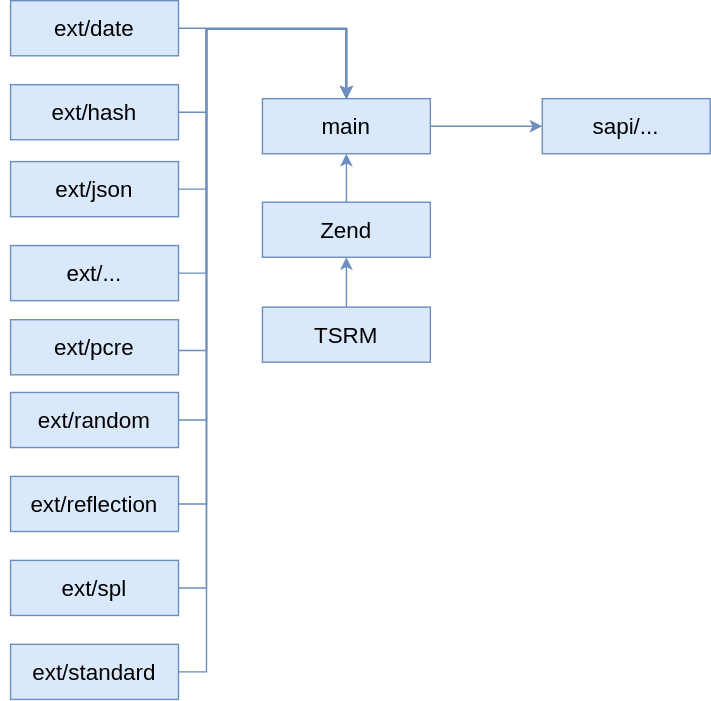
This is docs/images/links.svg from petk/php-build-system, a draw.io export, as it was before one commit. Source tidied: cells renumbered, new cells last; positions are measured from the earlier drawing's top-left corner, leaving out a move shared by most shapes. The source it was exported from:
```xml
<mxGraphModel>
  <root>
    <mxCell id="0" />
    <mxCell id="1" parent="0" />
    <mxCell id="2" style="edgeStyle=orthogonalEdgeStyle;rounded=0;jettySize=auto;html=1;exitX=1;exitY=0.5;exitDx=0;exitDy=0;entryX=0;entryY=0.5;entryDx=0;entryDy=0;fillColor=#dae8fc;strokeColor=#6c8ebf;fontStyle=0;fontSize=16;" parent="1" edge="1" source="3" target="8">
      <mxGeometry relative="1" as="geometry" />
    </mxCell>
    <mxCell id="3" value="main" style="rounded=0;whiteSpace=wrap;html=1;fillColor=#dae8fc;strokeColor=#6c8ebf;fontStyle=0;fontSize=16;" parent="1" vertex="1">
      <mxGeometry x="180" y="70" width="120" height="39.4" as="geometry" />
    </mxCell>
    <mxCell id="4" style="edgeStyle=orthogonalEdgeStyle;rounded=0;jettySize=auto;html=1;exitX=0.5;exitY=0;exitDx=0;exitDy=0;entryX=0.5;entryY=1;entryDx=0;entryDy=0;fillColor=#dae8fc;strokeColor=#6c8ebf;fontStyle=0;fontSize=16;" parent="1" edge="1" source="5" target="3">
      <mxGeometry relative="1" as="geometry" />
    </mxCell>
    <mxCell id="5" value="Zend" style="rounded=0;whiteSpace=wrap;html=1;fillColor=#dae8fc;strokeColor=#6c8ebf;fontStyle=0;fontSize=16;" parent="1" vertex="1">
      <mxGeometry x="180" y="144" width="120" height="39.4" as="geometry" />
    </mxCell>
    <mxCell id="6" style="edgeStyle=orthogonalEdgeStyle;rounded=0;jettySize=auto;html=1;exitX=0.5;exitY=0;exitDx=0;exitDy=0;entryX=0.5;entryY=1;entryDx=0;entryDy=0;fillColor=#dae8fc;strokeColor=#6c8ebf;fontStyle=0;fontSize=16;" parent="1" edge="1" source="7" target="5">
      <mxGeometry relative="1" as="geometry" />
    </mxCell>
    <mxCell id="7" value="&lt;div style=&quot;font-size: 16px;&quot;&gt;TSRM&lt;/div&gt;" style="rounded=0;whiteSpace=wrap;html=1;fillColor=#dae8fc;strokeColor=#6c8ebf;fontStyle=0;fontSize=16;" parent="1" vertex="1">
      <mxGeometry x="180" y="219" width="120" height="39.4" as="geometry" />
    </mxCell>
    <mxCell id="8" value="sapi/..." style="rounded=0;whiteSpace=wrap;html=1;fillColor=#dae8fc;strokeColor=#6c8ebf;fontStyle=0;fontSize=16;" parent="1" vertex="1">
      <mxGeometry x="380" y="70" width="120" height="39.4" as="geometry" />
    </mxCell>
    <mxCell id="9" style="edgeStyle=orthogonalEdgeStyle;rounded=0;jettySize=auto;html=1;exitX=1;exitY=0.5;exitDx=0;exitDy=0;entryX=0.5;entryY=0;entryDx=0;entryDy=0;fillColor=#dae8fc;strokeColor=#6c8ebf;fontStyle=0;fontSize=16;" parent="1" edge="1" source="10" target="3">
      <mxGeometry relative="1" as="geometry" />
    </mxCell>
    <mxCell id="10" value="ext/date" style="rounded=0;whiteSpace=wrap;html=1;fillColor=#dae8fc;strokeColor=#6c8ebf;fontStyle=0;fontSize=16;" parent="1" vertex="1">
      <mxGeometry width="120" height="39.4" as="geometry" />
    </mxCell>
    <mxCell id="11" style="edgeStyle=orthogonalEdgeStyle;rounded=0;jettySize=auto;html=1;exitX=0;exitY=0.5;exitDx=0;exitDy=0;entryX=0.5;entryY=0;entryDx=0;entryDy=0;fillColor=#dae8fc;strokeColor=#6c8ebf;fontStyle=0;fontSize=16;" parent="1" edge="1" source="12" target="3">
      <mxGeometry relative="1" as="geometry">
        <Array as="points">
          <mxPoint x="140" y="420" />
          <mxPoint x="140" y="20" />
          <mxPoint x="240" y="20" />
        </Array>
      </mxGeometry>
    </mxCell>
    <mxCell id="12" value="ext/spl" style="rounded=0;whiteSpace=wrap;html=1;fillColor=#dae8fc;strokeColor=#6c8ebf;fontStyle=0;fontSize=16;" parent="1" vertex="1">
      <mxGeometry y="400" width="120" height="39.4" as="geometry" />
    </mxCell>
    <mxCell id="13" style="edgeStyle=orthogonalEdgeStyle;rounded=0;jettySize=auto;html=1;exitX=0;exitY=0.5;exitDx=0;exitDy=0;entryX=0.5;entryY=0;entryDx=0;entryDy=0;fillColor=#dae8fc;strokeColor=#6c8ebf;fontStyle=0;fontSize=16;" parent="1" edge="1" source="14" target="3">
      <mxGeometry relative="1" as="geometry">
        <Array as="points">
          <mxPoint y="250" />
          <mxPoint x="140" y="250" />
          <mxPoint x="140" y="20" />
          <mxPoint x="240" y="20" />
        </Array>
      </mxGeometry>
    </mxCell>
    <mxCell id="14" value="ext/pcre" style="rounded=0;whiteSpace=wrap;html=1;fillColor=#dae8fc;strokeColor=#6c8ebf;fontStyle=0;fontSize=16;" parent="1" vertex="1">
      <mxGeometry y="228" width="120" height="39.4" as="geometry" />
    </mxCell>
    <mxCell id="15" style="edgeStyle=orthogonalEdgeStyle;rounded=0;jettySize=auto;html=1;exitX=0;exitY=0.5;exitDx=0;exitDy=0;entryX=0.5;entryY=0;entryDx=0;entryDy=0;fillColor=#dae8fc;strokeColor=#6c8ebf;fontStyle=0;fontSize=16;" parent="1" edge="1" source="16" target="3">
      <mxGeometry relative="1" as="geometry">
        <Array as="points">
          <mxPoint x="140" y="80" />
          <mxPoint x="140" y="20" />
          <mxPoint x="240" y="20" />
        </Array>
      </mxGeometry>
    </mxCell>
    <mxCell id="16" value="&lt;div style=&quot;font-size: 16px;&quot;&gt;ext/hash&lt;/div&gt;" style="rounded=0;whiteSpace=wrap;html=1;fillColor=#dae8fc;strokeColor=#6c8ebf;fontStyle=0;fontSize=16;" parent="1" vertex="1">
      <mxGeometry y="60" width="120" height="39.4" as="geometry" />
    </mxCell>
    <mxCell id="17" style="edgeStyle=orthogonalEdgeStyle;rounded=0;jettySize=auto;html=1;exitX=0;exitY=0.5;exitDx=0;exitDy=0;entryX=0.5;entryY=0;entryDx=0;entryDy=0;fillColor=#dae8fc;strokeColor=#6c8ebf;fontStyle=0;fontSize=16;" parent="1" edge="1" source="18" target="3">
      <mxGeometry relative="1" as="geometry">
        <Array as="points">
          <mxPoint x="140" y="135" />
          <mxPoint x="140" y="20" />
          <mxPoint x="240" y="20" />
        </Array>
      </mxGeometry>
    </mxCell>
    <mxCell id="18" value="ext/json" style="rounded=0;whiteSpace=wrap;html=1;fillColor=#dae8fc;strokeColor=#6c8ebf;fontStyle=0;fontSize=16;" parent="1" vertex="1">
      <mxGeometry y="115" width="120" height="39.4" as="geometry" />
    </mxCell>
    <mxCell id="19" style="edgeStyle=orthogonalEdgeStyle;rounded=0;jettySize=auto;html=1;exitX=0;exitY=0.5;exitDx=0;exitDy=0;entryX=0.5;entryY=0;entryDx=0;entryDy=0;fillColor=#dae8fc;strokeColor=#6c8ebf;fontStyle=0;fontSize=16;" parent="1" edge="1" source="20" target="3">
      <mxGeometry relative="1" as="geometry">
        <Array as="points">
          <mxPoint x="140" y="300" />
          <mxPoint x="140" y="20" />
          <mxPoint x="240" y="20" />
        </Array>
      </mxGeometry>
    </mxCell>
    <mxCell id="20" value="ext/random" style="rounded=0;whiteSpace=wrap;html=1;fillColor=#dae8fc;strokeColor=#6c8ebf;fontStyle=0;fontSize=16;" parent="1" vertex="1">
      <mxGeometry y="280" width="120" height="39.4" as="geometry" />
    </mxCell>
    <mxCell id="21" style="edgeStyle=orthogonalEdgeStyle;rounded=0;jettySize=auto;html=1;exitX=0;exitY=0.5;exitDx=0;exitDy=0;entryX=0.5;entryY=0;entryDx=0;entryDy=0;fillColor=#dae8fc;strokeColor=#6c8ebf;fontStyle=0;fontSize=16;" parent="1" edge="1" source="22" target="3">
      <mxGeometry relative="1" as="geometry">
        <Array as="points">
          <mxPoint x="140" y="360" />
          <mxPoint x="140" y="20" />
          <mxPoint x="240" y="20" />
        </Array>
      </mxGeometry>
    </mxCell>
    <mxCell id="22" value="ext/reflection" style="rounded=0;whiteSpace=wrap;html=1;fillColor=#dae8fc;strokeColor=#6c8ebf;fontStyle=0;fontSize=16;" parent="1" vertex="1">
      <mxGeometry y="340" width="120" height="39.4" as="geometry" />
    </mxCell>
    <mxCell id="23" style="edgeStyle=orthogonalEdgeStyle;rounded=0;jettySize=auto;html=1;exitX=0;exitY=0.5;exitDx=0;exitDy=0;entryX=0.5;entryY=0;entryDx=0;entryDy=0;fillColor=#dae8fc;strokeColor=#6c8ebf;fontStyle=0;fontSize=16;" parent="1" edge="1" source="24" target="3">
      <mxGeometry relative="1" as="geometry">
        <Array as="points">
          <mxPoint x="140" y="480" />
          <mxPoint x="140" y="20" />
          <mxPoint x="240" y="20" />
        </Array>
      </mxGeometry>
    </mxCell>
    <mxCell id="24" value="ext/standard" style="rounded=0;whiteSpace=wrap;html=1;fillColor=#dae8fc;strokeColor=#6c8ebf;fontStyle=0;fontSize=16;" parent="1" vertex="1">
      <mxGeometry y="460" width="120" height="39.4" as="geometry" />
    </mxCell>
    <mxCell id="25" style="edgeStyle=orthogonalEdgeStyle;rounded=0;jettySize=auto;html=1;exitX=0;exitY=0.5;exitDx=0;exitDy=0;entryX=0.5;entryY=0;entryDx=0;entryDy=0;fillColor=#dae8fc;strokeColor=#6c8ebf;fontStyle=0;fontSize=16;" parent="1" edge="1" source="26" target="3">
      <mxGeometry relative="1" as="geometry">
        <Array as="points">
          <mxPoint x="140" y="195" />
          <mxPoint x="140" y="20" />
          <mxPoint x="240" y="20" />
        </Array>
      </mxGeometry>
    </mxCell>
    <mxCell id="26" value="ext/..." style="rounded=0;whiteSpace=wrap;html=1;fillColor=#dae8fc;strokeColor=#6c8ebf;fontStyle=0;fontSize=16;" parent="1" vertex="1">
      <mxGeometry y="175" width="120" height="39.4" as="geometry" />
    </mxCell>
  </root>
</mxGraphModel>
```
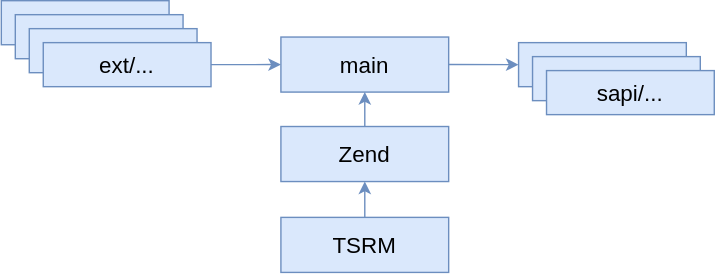
The same file after the commit.

Change to the diagram source:
```diff
@@ -2,129 +2,50 @@
   <root>
     <mxCell id="0" />
     <mxCell id="1" parent="0" />
-    <mxCell id="2" style="edgeStyle=orthogonalEdgeStyle;rounded=0;jettySize=auto;html=1;exitX=1;exitY=0.5;exitDx=0;exitDy=0;entryX=0;entryY=0.5;entryDx=0;entryDy=0;fillColor=#dae8fc;strokeColor=#6c8ebf;fontStyle=0;fontSize=16;" parent="1" edge="1" source="3" target="8">
-      <mxGeometry relative="1" as="geometry" />
-    </mxCell>
+    <mxCell id="27" style="group;" parent="1" vertex="1">
+      <mxGeometry x="10" y="-180" width="510" height="194.4" as="geometry" />
+    </mxCell>
-    <mxCell id="3" value="main" style="rounded=0;whiteSpace=wrap;html=1;fillColor=#dae8fc;strokeColor=#6c8ebf;fontStyle=0;fontSize=16;" parent="1" vertex="1">
-      <mxGeometry x="180" y="70" width="120" height="39.4" as="geometry" />
+    <mxCell id="3" value="main" style="rounded=0;whiteSpace=wrap;html=1;fillColor=#dae8fc;strokeColor=#6c8ebf;fontStyle=0;fontSize=16;" parent="27" vertex="1">
+      <mxGeometry x="200" y="26" width="120" height="39.4" as="geometry" />
     </mxCell>
-    <mxCell id="4" style="edgeStyle=orthogonalEdgeStyle;rounded=0;jettySize=auto;html=1;exitX=0.5;exitY=0;exitDx=0;exitDy=0;entryX=0.5;entryY=1;entryDx=0;entryDy=0;fillColor=#dae8fc;strokeColor=#6c8ebf;fontStyle=0;fontSize=16;" parent="1" edge="1" source="5" target="3">
+    <mxCell id="4" style="edgeStyle=orthogonalEdgeStyle;rounded=0;jettySize=auto;html=1;exitX=0.5;exitY=0;exitDx=0;exitDy=0;entryX=0.5;entryY=1;entryDx=0;entryDy=0;fillColor=#dae8fc;strokeColor=#6c8ebf;fontStyle=0;fontSize=16;" parent="27" edge="1" source="5" target="3">
       <mxGeometry relative="1" as="geometry" />
     </mxCell>
-    <mxCell id="5" value="Zend" style="rounded=0;whiteSpace=wrap;html=1;fillColor=#dae8fc;strokeColor=#6c8ebf;fontStyle=0;fontSize=16;" parent="1" vertex="1">
-      <mxGeometry x="180" y="144" width="120" height="39.4" as="geometry" />
+    <mxCell id="5" value="Zend" style="rounded=0;whiteSpace=wrap;html=1;fillColor=#dae8fc;strokeColor=#6c8ebf;fontStyle=0;fontSize=16;" parent="27" vertex="1">
+      <mxGeometry x="200" y="90" width="120" height="39.4" as="geometry" />
     </mxCell>
-    <mxCell id="6" style="edgeStyle=orthogonalEdgeStyle;rounded=0;jettySize=auto;html=1;exitX=0.5;exitY=0;exitDx=0;exitDy=0;entryX=0.5;entryY=1;entryDx=0;entryDy=0;fillColor=#dae8fc;strokeColor=#6c8ebf;fontStyle=0;fontSize=16;" parent="1" edge="1" source="7" target="5">
+    <mxCell id="6" style="edgeStyle=orthogonalEdgeStyle;rounded=0;jettySize=auto;html=1;exitX=0.5;exitY=0;exitDx=0;exitDy=0;entryX=0.5;entryY=1;entryDx=0;entryDy=0;fillColor=#dae8fc;strokeColor=#6c8ebf;fontStyle=0;fontSize=16;" parent="27" edge="1" source="7" target="5">
       <mxGeometry relative="1" as="geometry" />
     </mxCell>
-    <mxCell id="7" value="&lt;div style=&quot;font-size: 16px;&quot;&gt;TSRM&lt;/div&gt;" style="rounded=0;whiteSpace=wrap;html=1;fillColor=#dae8fc;strokeColor=#6c8ebf;fontStyle=0;fontSize=16;" parent="1" vertex="1">
-      <mxGeometry x="180" y="219" width="120" height="39.4" as="geometry" />
+    <mxCell id="7" value="&lt;div style=&quot;font-size: 16px;&quot;&gt;TSRM&lt;/div&gt;" style="rounded=0;whiteSpace=wrap;html=1;fillColor=#dae8fc;strokeColor=#6c8ebf;fontStyle=0;fontSize=16;" parent="27" vertex="1">
+      <mxGeometry x="200" y="155" width="120" height="39.4" as="geometry" />
     </mxCell>
-    <mxCell id="8" value="sapi/..." style="rounded=0;whiteSpace=wrap;html=1;fillColor=#dae8fc;strokeColor=#6c8ebf;fontStyle=0;fontSize=16;" parent="1" vertex="1">
-      <mxGeometry x="380" y="70" width="120" height="39.4" as="geometry" />
-    </mxCell>
-    <mxCell id="9" style="edgeStyle=orthogonalEdgeStyle;rounded=0;jettySize=auto;html=1;exitX=1;exitY=0.5;exitDx=0;exitDy=0;entryX=0.5;entryY=0;entryDx=0;entryDy=0;fillColor=#dae8fc;strokeColor=#6c8ebf;fontStyle=0;fontSize=16;" parent="1" edge="1" source="10" target="3">
-      <mxGeometry relative="1" as="geometry" />
-    </mxCell>
-    <mxCell id="10" value="ext/date" style="rounded=0;whiteSpace=wrap;html=1;fillColor=#dae8fc;strokeColor=#6c8ebf;fontStyle=0;fontSize=16;" parent="1" vertex="1">
-      <mxGeometry width="120" height="39.4" as="geometry" />
-    </mxCell>
-    <mxCell id="11" style="edgeStyle=orthogonalEdgeStyle;rounded=0;jettySize=auto;html=1;exitX=0;exitY=0.5;exitDx=0;exitDy=0;entryX=0.5;entryY=0;entryDx=0;entryDy=0;fillColor=#dae8fc;strokeColor=#6c8ebf;fontStyle=0;fontSize=16;" parent="1" edge="1" source="12" target="3">
-      <mxGeometry relative="1" as="geometry">
-        <Array as="points">
-          <mxPoint x="140" y="420" />
-          <mxPoint x="140" y="20" />
-          <mxPoint x="240" y="20" />
-        </Array>
-      </mxGeometry>
-    </mxCell>
-    <mxCell id="12" value="ext/spl" style="rounded=0;whiteSpace=wrap;html=1;fillColor=#dae8fc;strokeColor=#6c8ebf;fontStyle=0;fontSize=16;" parent="1" vertex="1">
-      <mxGeometry y="400" width="120" height="39.4" as="geometry" />
-    </mxCell>
-    <mxCell id="13" style="edgeStyle=orthogonalEdgeStyle;rounded=0;jettySize=auto;html=1;exitX=0;exitY=0.5;exitDx=0;exitDy=0;entryX=0.5;entryY=0;entryDx=0;entryDy=0;fillColor=#dae8fc;strokeColor=#6c8ebf;fontStyle=0;fontSize=16;" parent="1" edge="1" source="14" target="3">
-      <mxGeometry relative="1" as="geometry">
-        <Array as="points">
-          <mxPoint y="250" />
-          <mxPoint x="140" y="250" />
-          <mxPoint x="140" y="20" />
-          <mxPoint x="240" y="20" />
-        </Array>
-      </mxGeometry>
-    </mxCell>
-    <mxCell id="14" value="ext/pcre" style="rounded=0;whiteSpace=wrap;html=1;fillColor=#dae8fc;strokeColor=#6c8ebf;fontStyle=0;fontSize=16;" parent="1" vertex="1">
-      <mxGeometry y="228" width="120" height="39.4" as="geometry" />
-    </mxCell>
-    <mxCell id="15" style="edgeStyle=orthogonalEdgeStyle;rounded=0;jettySize=auto;html=1;exitX=0;exitY=0.5;exitDx=0;exitDy=0;entryX=0.5;entryY=0;entryDx=0;entryDy=0;fillColor=#dae8fc;strokeColor=#6c8ebf;fontStyle=0;fontSize=16;" parent="1" edge="1" source="16" target="3">
-      <mxGeometry relative="1" as="geometry">
-        <Array as="points">
-          <mxPoint x="140" y="80" />
-          <mxPoint x="140" y="20" />
-          <mxPoint x="240" y="20" />
-        </Array>
-      </mxGeometry>
-    </mxCell>
-    <mxCell id="16" value="&lt;div style=&quot;font-size: 16px;&quot;&gt;ext/hash&lt;/div&gt;" style="rounded=0;whiteSpace=wrap;html=1;fillColor=#dae8fc;strokeColor=#6c8ebf;fontStyle=0;fontSize=16;" parent="1" vertex="1">
-      <mxGeometry y="60" width="120" height="39.4" as="geometry" />
-    </mxCell>
-    <mxCell id="17" style="edgeStyle=orthogonalEdgeStyle;rounded=0;jettySize=auto;html=1;exitX=0;exitY=0.5;exitDx=0;exitDy=0;entryX=0.5;entryY=0;entryDx=0;entryDy=0;fillColor=#dae8fc;strokeColor=#6c8ebf;fontStyle=0;fontSize=16;" parent="1" edge="1" source="18" target="3">
-      <mxGeometry relative="1" as="geometry">
-        <Array as="points">
-          <mxPoint x="140" y="135" />
-          <mxPoint x="140" y="20" />
-          <mxPoint x="240" y="20" />
-        </Array>
-      </mxGeometry>
-    </mxCell>
-    <mxCell id="18" value="ext/json" style="rounded=0;whiteSpace=wrap;html=1;fillColor=#dae8fc;strokeColor=#6c8ebf;fontStyle=0;fontSize=16;" parent="1" vertex="1">
-      <mxGeometry y="115" width="120" height="39.4" as="geometry" />
-    </mxCell>
-    <mxCell id="19" style="edgeStyle=orthogonalEdgeStyle;rounded=0;jettySize=auto;html=1;exitX=0;exitY=0.5;exitDx=0;exitDy=0;entryX=0.5;entryY=0;entryDx=0;entryDy=0;fillColor=#dae8fc;strokeColor=#6c8ebf;fontStyle=0;fontSize=16;" parent="1" edge="1" source="20" target="3">
-      <mxGeometry relative="1" as="geometry">
-        <Array as="points">
-          <mxPoint x="140" y="300" />
-          <mxPoint x="140" y="20" />
-          <mxPoint x="240" y="20" />
-        </Array>
-      </mxGeometry>
-    </mxCell>
-    <mxCell id="20" value="ext/random" style="rounded=0;whiteSpace=wrap;html=1;fillColor=#dae8fc;strokeColor=#6c8ebf;fontStyle=0;fontSize=16;" parent="1" vertex="1">
-      <mxGeometry y="280" width="120" height="39.4" as="geometry" />
-    </mxCell>
-    <mxCell id="21" style="edgeStyle=orthogonalEdgeStyle;rounded=0;jettySize=auto;html=1;exitX=0;exitY=0.5;exitDx=0;exitDy=0;entryX=0.5;entryY=0;entryDx=0;entryDy=0;fillColor=#dae8fc;strokeColor=#6c8ebf;fontStyle=0;fontSize=16;" parent="1" edge="1" source="22" target="3">
-      <mxGeometry relative="1" as="geometry">
-        <Array as="points">
-          <mxPoint x="140" y="360" />
-          <mxPoint x="140" y="20" />
-          <mxPoint x="240" y="20" />
-        </Array>
-      </mxGeometry>
-    </mxCell>
-    <mxCell id="22" value="ext/reflection" style="rounded=0;whiteSpace=wrap;html=1;fillColor=#dae8fc;strokeColor=#6c8ebf;fontStyle=0;fontSize=16;" parent="1" vertex="1">
-      <mxGeometry y="340" width="120" height="39.4" as="geometry" />
-    </mxCell>
-    <mxCell id="23" style="edgeStyle=orthogonalEdgeStyle;rounded=0;jettySize=auto;html=1;exitX=0;exitY=0.5;exitDx=0;exitDy=0;entryX=0.5;entryY=0;entryDx=0;entryDy=0;fillColor=#dae8fc;strokeColor=#6c8ebf;fontStyle=0;fontSize=16;" parent="1" edge="1" source="24" target="3">
-      <mxGeometry relative="1" as="geometry">
-        <Array as="points">
-          <mxPoint x="140" y="480" />
-          <mxPoint x="140" y="20" />
-          <mxPoint x="240" y="20" />
-        </Array>
-      </mxGeometry>
-    </mxCell>
-    <mxCell id="24" value="ext/standard" style="rounded=0;whiteSpace=wrap;html=1;fillColor=#dae8fc;strokeColor=#6c8ebf;fontStyle=0;fontSize=16;" parent="1" vertex="1">
-      <mxGeometry y="460" width="120" height="39.4" as="geometry" />
-    </mxCell>
-    <mxCell id="25" style="edgeStyle=orthogonalEdgeStyle;rounded=0;jettySize=auto;html=1;exitX=0;exitY=0.5;exitDx=0;exitDy=0;entryX=0.5;entryY=0;entryDx=0;entryDy=0;fillColor=#dae8fc;strokeColor=#6c8ebf;fontStyle=0;fontSize=16;" parent="1" edge="1" source="26" target="3">
-      <mxGeometry relative="1" as="geometry">
-        <Array as="points">
-          <mxPoint x="140" y="195" />
-          <mxPoint x="140" y="20" />
-          <mxPoint x="240" y="20" />
-        </Array>
-      </mxGeometry>
-    </mxCell>
-    <mxCell id="26" value="ext/..." style="rounded=0;whiteSpace=wrap;html=1;fillColor=#dae8fc;strokeColor=#6c8ebf;fontStyle=0;fontSize=16;" parent="1" vertex="1">
-      <mxGeometry y="175" width="120" height="39.4" as="geometry" />
-    </mxCell>
+    <mxCell id="28" value="sapi/..." style="rounded=0;whiteSpace=wrap;html=1;fillColor=#dae8fc;strokeColor=#6c8ebf;fontStyle=0;fontSize=16;" parent="27" vertex="1">
+      <mxGeometry x="370" y="30" width="120" height="31.5" as="geometry" />
+    </mxCell>
+    <mxCell id="29" style="edgeStyle=orthogonalEdgeStyle;rounded=0;jettySize=auto;html=1;exitX=1;exitY=0.5;exitDx=0;exitDy=0;entryX=0;entryY=0.5;entryDx=0;entryDy=0;fillColor=#dae8fc;strokeColor=#6c8ebf;fontStyle=0;fontSize=16;" parent="27" edge="1" source="3" target="28">
+      <mxGeometry relative="1" as="geometry" />
+    </mxCell>
+    <mxCell id="30" value="ext/..." style="rounded=0;whiteSpace=wrap;html=1;fillColor=#dae8fc;strokeColor=#6c8ebf;fontStyle=0;fontSize=16;" parent="27" vertex="1">
+      <mxGeometry width="120" height="31.5" as="geometry" />
+    </mxCell>
+    <mxCell id="31" value="ext/..." style="rounded=0;whiteSpace=wrap;html=1;fillColor=#dae8fc;strokeColor=#6c8ebf;fontStyle=0;fontSize=16;" parent="27" vertex="1">
+      <mxGeometry x="10" y="10" width="120" height="31.5" as="geometry" />
+    </mxCell>
+    <mxCell id="32" value="ext/..." style="rounded=0;whiteSpace=wrap;html=1;fillColor=#dae8fc;strokeColor=#6c8ebf;fontStyle=0;fontSize=16;" parent="27" vertex="1">
+      <mxGeometry x="20" y="20" width="120" height="31.5" as="geometry" />
+    </mxCell>
+    <mxCell id="33" style="edgeStyle=orthogonalEdgeStyle;rounded=0;jettySize=auto;html=1;exitX=1;exitY=0.5;exitDx=0;exitDy=0;entryX=0;entryY=0.5;entryDx=0;entryDy=0;fillColor=#dae8fc;strokeColor=#6c8ebf;" parent="27" edge="1" source="34" target="3">
+      <mxGeometry relative="1" as="geometry" />
+    </mxCell>
+    <mxCell id="34" value="ext/..." style="rounded=0;whiteSpace=wrap;html=1;fillColor=#dae8fc;strokeColor=#6c8ebf;fontStyle=0;fontSize=16;verticalAlign=middle;" parent="27" vertex="1">
+      <mxGeometry x="30" y="30" width="120" height="31.5" as="geometry" />
+    </mxCell>
+    <mxCell id="35" value="sapi/..." style="rounded=0;whiteSpace=wrap;html=1;fillColor=#dae8fc;strokeColor=#6c8ebf;fontStyle=0;fontSize=16;" parent="27" vertex="1">
+      <mxGeometry x="380" y="40" width="120" height="31.5" as="geometry" />
+    </mxCell>
+    <mxCell id="36" value="sapi/..." style="rounded=0;whiteSpace=wrap;html=1;fillColor=#dae8fc;strokeColor=#6c8ebf;fontStyle=0;fontSize=16;" parent="27" vertex="1">
+      <mxGeometry x="390" y="50" width="120" height="31.5" as="geometry" />
+    </mxCell>
   </root>
 </mxGraphModel>
```
